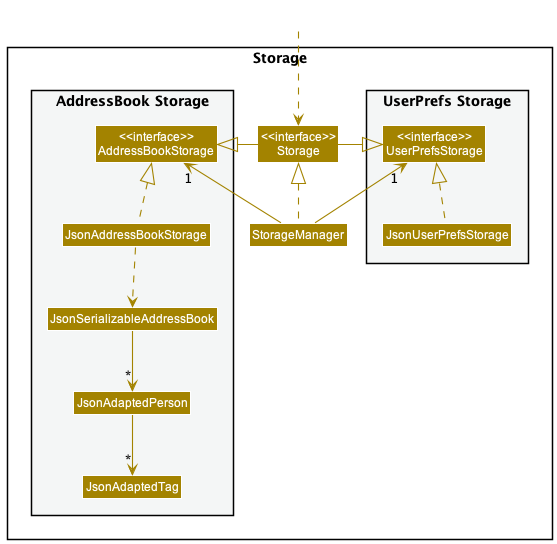
Above: docs/images/StorageClassDiagram.png in nus-cs2103-AY2223S1/tp (PlantUML), before the change. Its diagram source:
```plantuml
@startuml
!include style.puml
skinparam arrowThickness 1.1
skinparam arrowColor STORAGE_COLOR
skinparam classBackgroundColor STORAGE_COLOR

package Storage{

package "UserPrefs Storage" #F4F6F6{
Class "<<interface>>\nUserPrefsStorage" as UserPrefsStorage
Class JsonUserPrefsStorage
}

Class "<<interface>>\nStorage" as Storage
Class StorageManager

package "AddressBook Storage" #F4F6F6{
Class "<<interface>>\nAddressBookStorage" as AddressBookStorage
Class JsonAddressBookStorage
Class JsonSerializableAddressBook
Class JsonAdaptedPerson
Class JsonAdaptedTag
}

}

Class HiddenOutside #FFFFFF
HiddenOutside ..> Storage

StorageManager .up.|> Storage
StorageManager -up-> "1" UserPrefsStorage
StorageManager -up-> "1" AddressBookStorage

Storage -left-|> UserPrefsStorage
Storage -right-|> AddressBookStorage

JsonUserPrefsStorage .up.|> UserPrefsStorage
JsonAddressBookStorage .up.|> AddressBookStorage
JsonAddressBookStorage ..> JsonSerializableAddressBook
JsonSerializableAddressBook --> "*" JsonAdaptedPerson
JsonAdaptedPerson --> "*" JsonAdaptedTag

@enduml
```
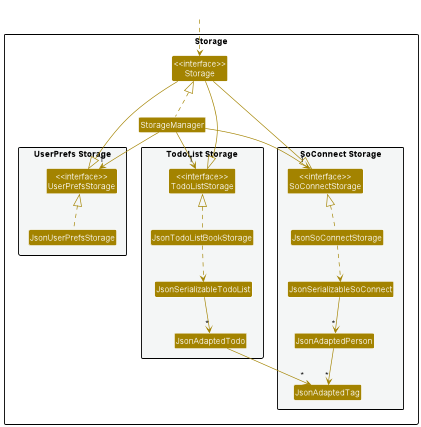
After the commit.

What changed in the source:
```diff
@@ -11,13 +11,20 @@
 Class JsonUserPrefsStorage
 }
 
+package "TodoList Storage" #F4F6F6{
+Class "<<interface>>\nTodoListStorage" as TodoListStorage
+Class JsonTodoListBookStorage
+Class JsonSerializableTodoList
+Class JsonAdaptedTodo
+}
+
 Class "<<interface>>\nStorage" as Storage
 Class StorageManager
 
-package "AddressBook Storage" #F4F6F6{
-Class "<<interface>>\nAddressBookStorage" as AddressBookStorage
-Class JsonAddressBookStorage
-Class JsonSerializableAddressBook
+package "SoConnect Storage" #F4F6F6{
+Class "<<interface>>\nSoConnectStorage" as SoConnectStorage
+Class JsonSoConnectStorage
+Class JsonSerializableSoConnect
 Class JsonAdaptedPerson
 Class JsonAdaptedTag
 }
@@ -28,16 +35,22 @@
 HiddenOutside ..> Storage
 
 StorageManager .up.|> Storage
-StorageManager -up-> "1" UserPrefsStorage
-StorageManager -up-> "1" AddressBookStorage
+StorageManager --> "1" UserPrefsStorage
+StorageManager --> "1" SoConnectStorage
+StorageManager --> "1" TodoListStorage
 
-Storage -left-|> UserPrefsStorage
-Storage -right-|> AddressBookStorage
+Storage --|> UserPrefsStorage
+Storage --|> SoConnectStorage
+Storage --|> TodoListStorage
 
 JsonUserPrefsStorage .up.|> UserPrefsStorage
-JsonAddressBookStorage .up.|> AddressBookStorage
-JsonAddressBookStorage ..> JsonSerializableAddressBook
-JsonSerializableAddressBook --> "*" JsonAdaptedPerson
+JsonSoConnectStorage .up.|> SoConnectStorage
+JsonTodoListBookStorage .up.|> TodoListStorage
+JsonSoConnectStorage ..> JsonSerializableSoConnect
+JsonTodoListBookStorage ..> JsonSerializableTodoList
+JsonSerializableSoConnect --> "*" JsonAdaptedPerson
+JsonSerializableTodoList --> "*" JsonAdaptedTodo
 JsonAdaptedPerson --> "*" JsonAdaptedTag
+JsonAdaptedTodo --> "*" JsonAdaptedTag
 
 @enduml
```
